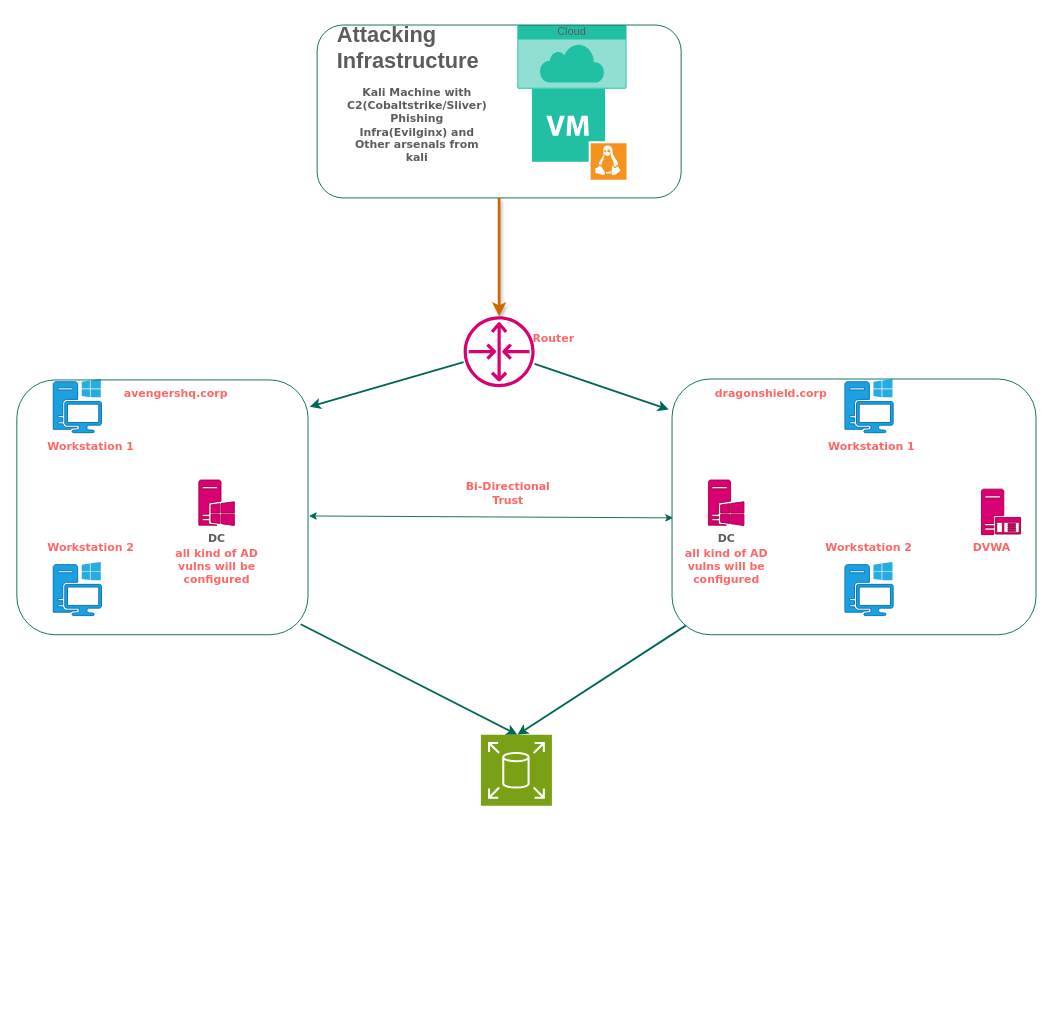
Earlier version of the draw.io diagram Purple.drawio (raghavmishra/diagrams). Source tidied: cells renumbered, new cells numbered last; positions are measured from the earlier drawing's top-left corner, leaving out a move shared by most shapes. Both pictures are drawn from the tidied source at 91%, with x=0, y=0 at pixel (16, 15).
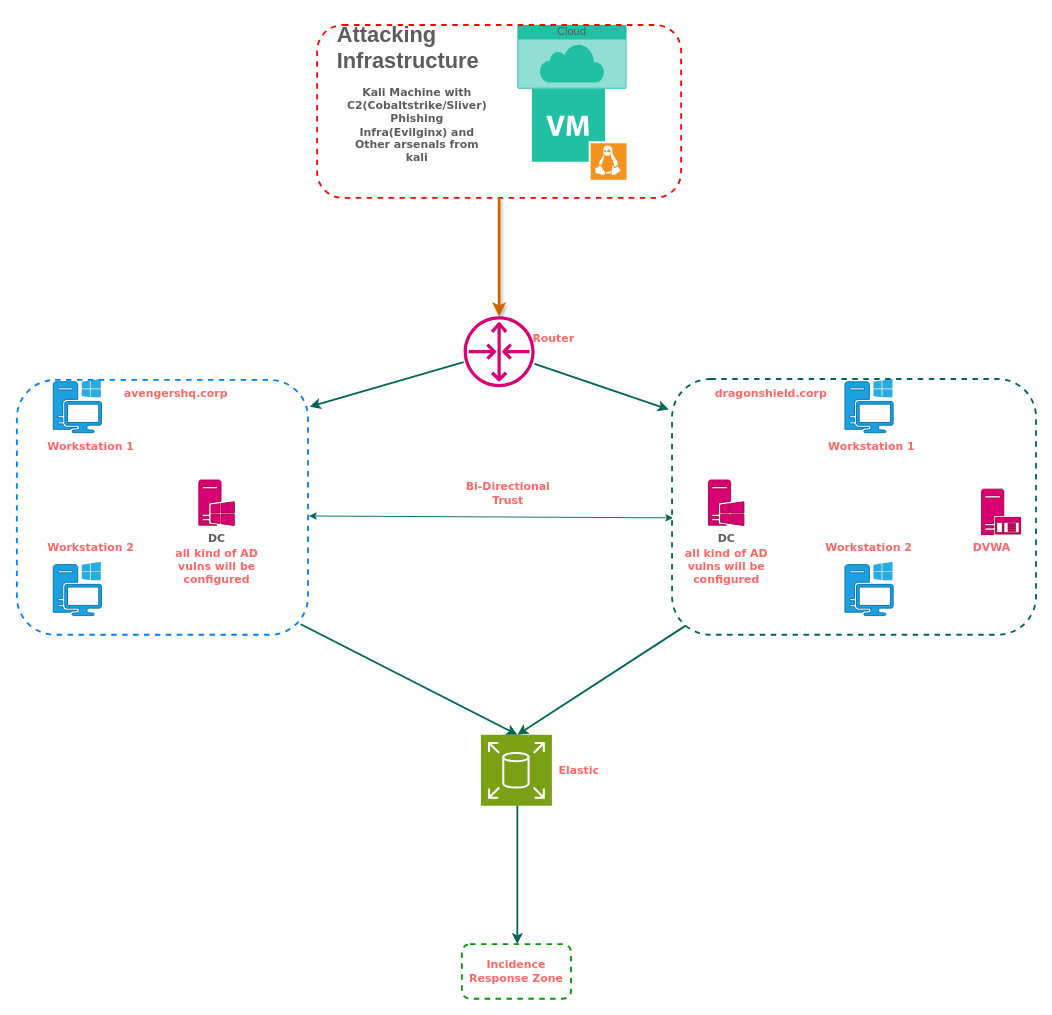
After the change.

What changed in the source:
```diff
@@
-    <mxCell id="4" style="rounded=1;whiteSpace=wrap;html=1;fillColor=none;strokeColor=#006658;labelBackgroundColor=none;fontColor=#5C5C5C;" parent="1" vertex="1">
+    <mxCell id="4" style="rounded=1;whiteSpace=wrap;html=1;fillColor=none;strokeColor=#FF0000;labelBackgroundColor=none;fontColor=#5C5C5C;strokeWidth=2;dashed=1;" parent="1" vertex="1">
       <mxGeometry x="330" y="10" width="400" height="190" as="geometry" />
     </mxCell>
@@
-    <mxCell id="15" style="rounded=1;whiteSpace=wrap;html=1;strokeColor=#006658;fontColor=#5C5C5C;fillColor=none;" parent="1" vertex="1">
+    <mxCell id="15" style="rounded=1;whiteSpace=wrap;html=1;strokeColor=#007FFF;fontColor=#5C5C5C;fillColor=none;strokeWidth=2;dashed=1;" parent="1" vertex="1">
       <mxGeometry y="400" width="320" height="280" as="geometry" />
     </mxCell>
-    <mxCell id="16" style="rounded=1;whiteSpace=wrap;html=1;strokeColor=#006658;fontColor=#5C5C5C;fillColor=none;" parent="1" vertex="1">
+    <mxCell id="16" style="rounded=1;whiteSpace=wrap;html=1;strokeColor=#006658;fontColor=#5C5C5C;fillColor=none;dashed=1;strokeWidth=2;" parent="1" vertex="1">
       <mxGeometry x="720" y="399" width="400" height="281" as="geometry" />
     </mxCell>
@@
+    <mxCell id="37" value="&lt;font style=&quot;color: rgb(255, 102, 102);&quot; face=&quot;Verdana&quot;&gt;&lt;b&gt;Elastic&lt;/b&gt;&lt;/font&gt;" style="text;html=1;align=center;verticalAlign=middle;whiteSpace=wrap;rounded=0;fontColor=#5C5C5C;" parent="1" vertex="1">
+      <mxGeometry x="558" y="814" width="120" height="30" as="geometry" />
+    </mxCell>
+    <mxCell id="38" style="endArrow=classic;html=1;rounded=0;strokeColor=#006658;fontColor=#5C5C5C;fillColor=#21C0A5;curved=1;strokeWidth=2;exitX=0.975;exitY=0.959;exitDx=0;exitDy=0;exitPerimeter=0;" parent="1" edge="1">
+      <mxGeometry relative="1" as="geometry">
+        <mxPoint x="550" y="868" as="sourcePoint" />
+        <mxPoint x="550" y="1020" as="targetPoint" />
+      </mxGeometry>
+    </mxCell>
+    <mxCell id="39" style="rounded=1;whiteSpace=wrap;html=1;fillColor=none;dashed=1;strokeWidth=2;strokeColor=#009900;" parent="1" vertex="1">
+      <mxGeometry x="489" y="1020" width="120" height="60" as="geometry" />
+    </mxCell>
+    <mxCell id="40" value="&lt;font style=&quot;color: rgb(255, 102, 102);&quot; face=&quot;Verdana&quot;&gt;&lt;b&gt;Incidence Response Zone&lt;/b&gt;&lt;/font&gt;" style="text;html=1;align=center;verticalAlign=middle;whiteSpace=wrap;rounded=0;fontColor=#5C5C5C;" parent="1" vertex="1">
+      <mxGeometry x="489" y="1035" width="120" height="30" as="geometry" />
+    </mxCell>
```
